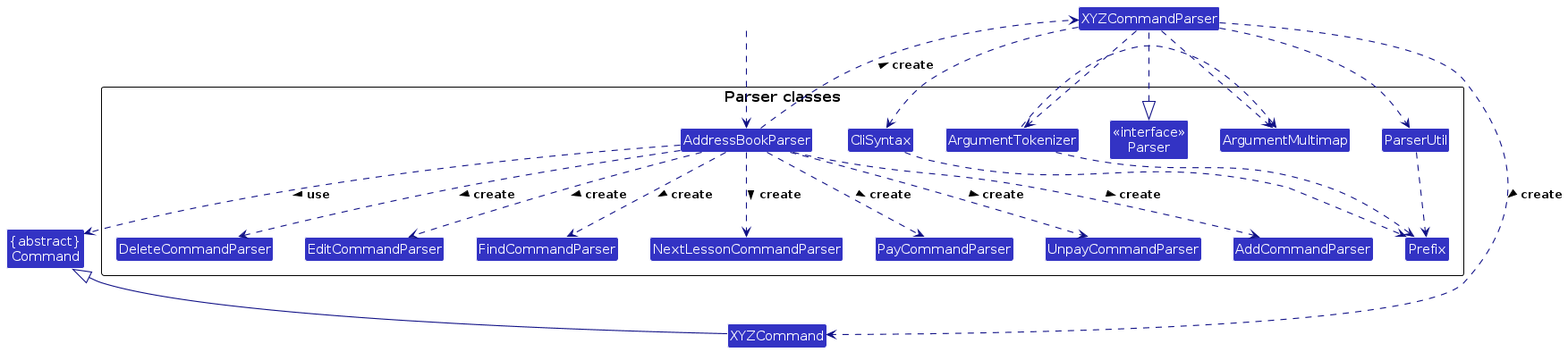
The PlantUML diagram diagrams/ParserClasses.png in AY2425S2-CS2103T-T16-4/tp, before a commit. Its source is kept beside it as diagrams/ParserClasses.puml.
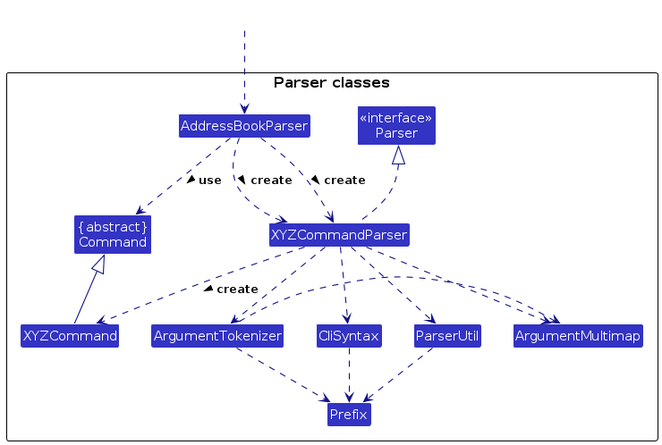
The same file after the commit.

The edit, as a diff of the source:
```diff
@@ -4,23 +4,18 @@
 skinparam arrowColor LOGIC_COLOR_T4
 skinparam classBackgroundColor LOGIC_COLOR
 
+package "Parser classes"{
 Class "{abstract}\nCommand" as Command
-
-package "Parser classes"{
 Class "<<interface>>\nParser" as Parser
 Class AddressBookParser
-AddressBookParser .down.> AddCommandParser : create >
-AddressBookParser .down.> DeleteCommandParser : create >
-AddressBookParser .down.> EditCommandParser : create >
-AddressBookParser .down.> FindCommandParser : create >
-AddressBookParser .down.> NextLessonCommandParser : create >
-AddressBookParser .down.> PayCommandParser : create >
-AddressBookParser .down.> UnpayCommandParser : create >
+AddressBookParser .down.> XYZCommandParser : create >
 Class CliSyntax
 Class ParserUtil
 Class ArgumentMultimap
 Class ArgumentTokenizer
 Class Prefix
+Class XYZCommand
+Class XYZCommandParser
 }
 
 Class HiddenOutside #FFFFFF
```
